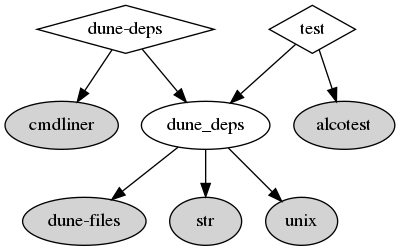
Above: .deps/deps.png in mjambon/dune-deps (Graphviz), before the change. Its source is kept beside it as .deps/deps.dot.
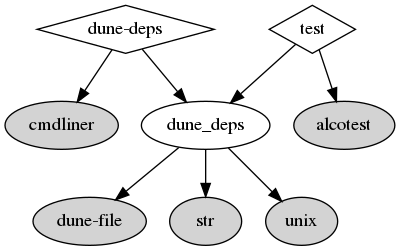
The same diagram one commit later.

Commit message:
Update dependency graph

Diff of the diagram source:
```diff
@@ -3,7 +3,7 @@
   "exe:src/test/dune:0" [label="test",shape=diamond]
   "lib:alcotest" [label="alcotest",style=filled]
   "lib:cmdliner" [label="cmdliner",style=filled]
-  "lib:dune-files" [label="dune-files",style=filled]
+  "lib:dune-file" [label="dune-file",style=filled]
   "lib:dune_deps" [label="dune_deps"]
   "lib:str" [label="str",style=filled]
   "lib:unix" [label="unix",style=filled]
@@ -11,7 +11,7 @@
   "exe:src/bin/dune:0" -> "lib:cmdliner"
   "exe:src/test/dune:0" -> "lib:dune_deps"
   "exe:src/test/dune:0" -> "lib:alcotest"
-  "lib:dune_deps" -> "lib:dune-files"
+  "lib:dune_deps" -> "lib:dune-file"
   "lib:dune_deps" -> "lib:str"
   "lib:dune_deps" -> "lib:unix"
 }
```
